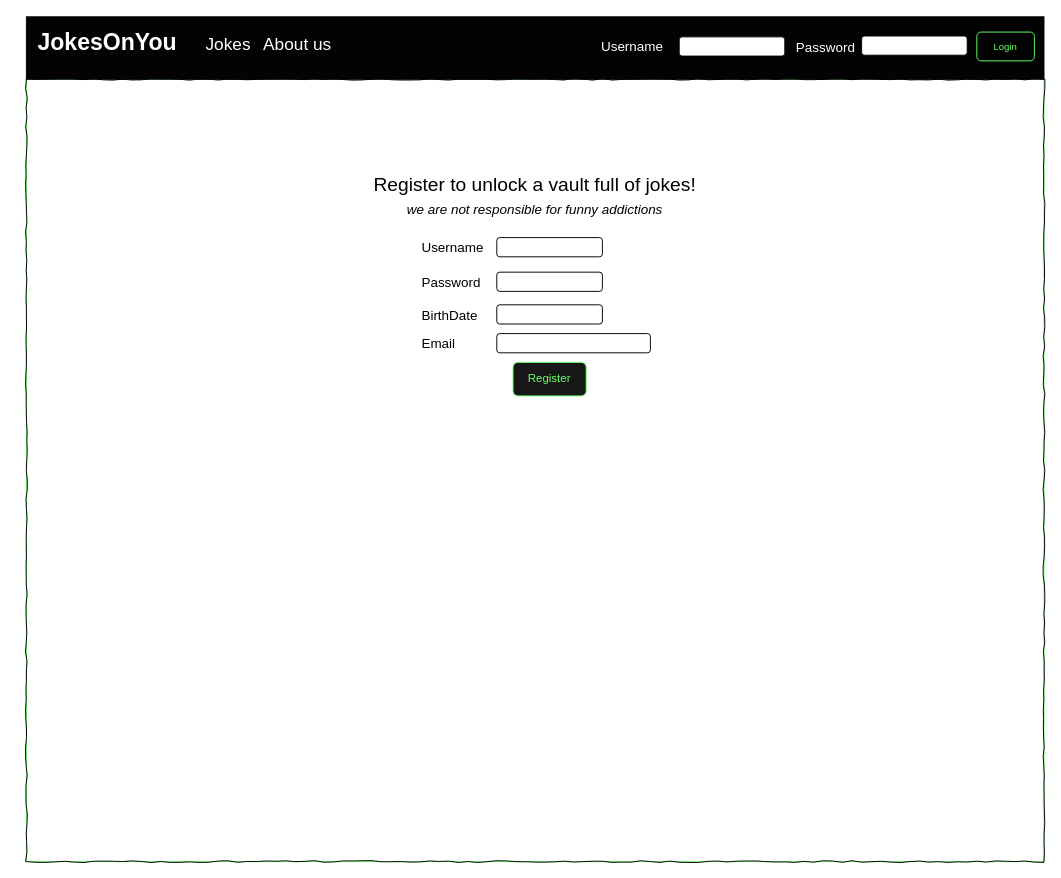
Code2Gether-Discord/JokesOnYou keeps this draw.io diagram as Docs/Wireframes/jokesonyou.drawio. Above is the earlier version. Source tidied: cells renumbered, new cells numbered last; positions are measured from the earlier drawing's top-left corner, leaving out a move shared by most shapes. Both pictures are drawn from the tidied source at 96%, with x=0, y=0 at pixel (26, 16).
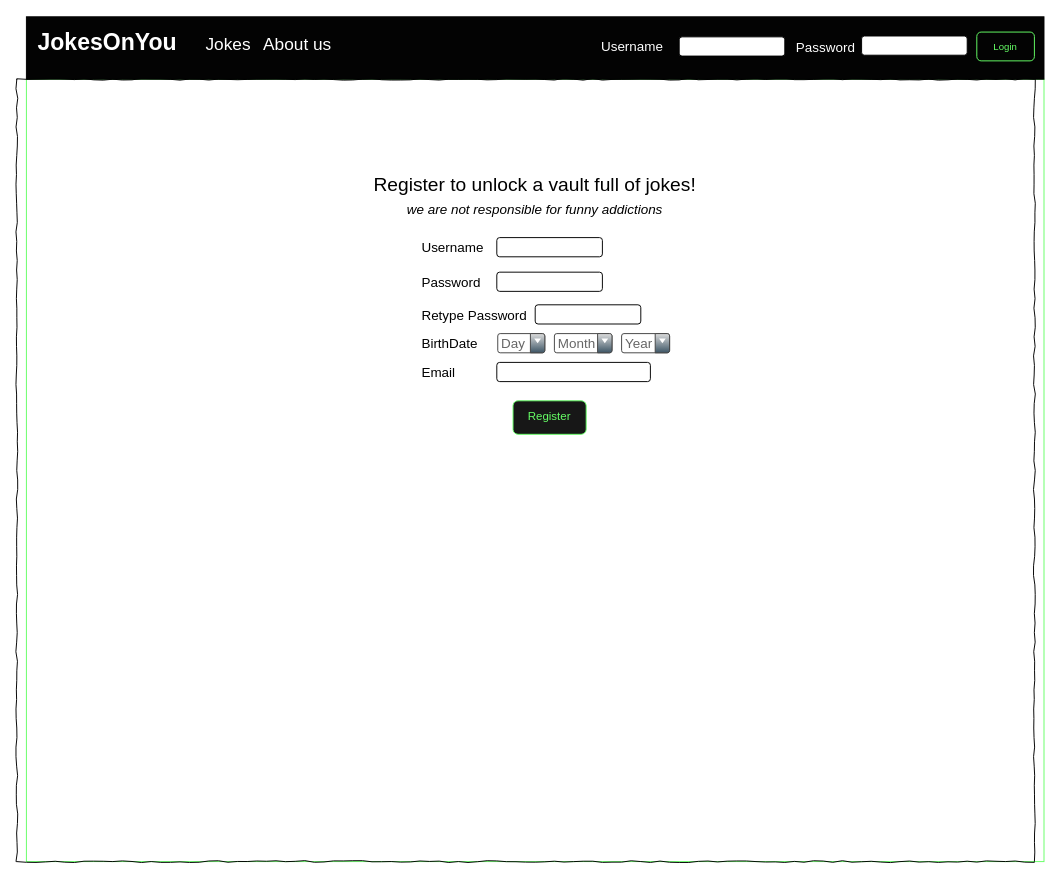
The same page after the edit.

Commit message (it also covers changes not shown here):
updated home page added birthdate combobox and retype password

What changed in the source:
```diff
@@
     <mxCell id="3" style="whiteSpace=wrap;html=1;rounded=0;shadow=0;labelBackgroundColor=none;strokeWidth=1;fontFamily=Verdana;fontSize=12;fontColor=#000000;align=center;comic=1;fillColor=none;" parent="1" vertex="1">
-      <mxGeometry y="65" width="1060" height="815" as="geometry" />
+      <mxGeometry x="-10" y="65" width="1060" height="815" as="geometry" />
     </mxCell>
@@
     <mxCell id="13" value="&lt;font color=&quot;#66ff66&quot; style=&quot;font-size: 12px&quot;&gt;Register&lt;/font&gt;" style="rounded=1;html=1;shadow=0;dashed=0;whiteSpace=wrap;fontSize=10;align=center;strokeColor=#66FF66;fillColor=#171717;" parent="1" vertex="1">
-      <mxGeometry x="506.9" y="360" width="76.2" height="34.9" as="geometry" />
+      <mxGeometry x="506.9" y="400" width="76.2" height="34.9" as="geometry" />
     </mxCell>
@@
     <mxCell id="19" value="&lt;font&gt;Email&lt;/font&gt;" style="text;html=1;align=left;verticalAlign=top;spacingTop=-4;fontSize=14;fontFamily=Helvetica;" parent="1" vertex="1">
-      <mxGeometry x="410" y="330" width="60" height="20" as="geometry" />
+      <mxGeometry x="410" y="360" width="60" height="20" as="geometry" />
     </mxCell>
     <mxCell id="20" style="rounded=1;whiteSpace=wrap;html=1;fontSize=24;" parent="1" vertex="1">
-      <mxGeometry x="490" y="330" width="160" height="20" as="geometry" />
+      <mxGeometry x="490" y="360" width="160" height="20" as="geometry" />
     </mxCell>
-    <mxCell id="21" style="rounded=1;whiteSpace=wrap;html=1;fontSize=24;" parent="1" vertex="1">
-      <mxGeometry x="490" y="300" width="110" height="20" as="geometry" />
-    </mxCell>
     <mxCell id="22" value="&lt;font&gt;BirthDate&lt;/font&gt;" style="text;html=1;align=left;verticalAlign=top;spacingTop=-4;fontSize=14;fontFamily=Helvetica;" parent="1" vertex="1">
-      <mxGeometry x="410" y="300" width="60" height="20" as="geometry" />
+      <mxGeometry x="410" y="330" width="60" height="20" as="geometry" />
     </mxCell>
+    <mxCell id="23" style="rounded=1;whiteSpace=wrap;html=1;fontSize=24;" parent="1" vertex="1">
+      <mxGeometry x="530" y="300" width="110" height="20" as="geometry" />
+    </mxCell>
+    <mxCell id="24" value="&lt;font&gt;Retype Password&lt;/font&gt;" style="text;html=1;align=left;verticalAlign=top;spacingTop=-4;fontSize=14;fontFamily=Helvetica;" parent="1" vertex="1">
+      <mxGeometry x="410" y="300" width="60" height="20" as="geometry" />
+    </mxCell>
+    <mxCell id="25" value="&lt;font style=&quot;font-size: 14px&quot;&gt;Day&lt;/font&gt;" style="strokeWidth=1;html=1;shadow=0;dashed=0;shape=mxgraph.ios.iComboBox;spacingTop=2;spacingLeft=2;align=left;strokeColor=#444444;fontColor=#666666;buttonText=;fontSize=8;fillColor=#dddddd;fillColor2=#3D5565;" parent="1" vertex="1">
+      <mxGeometry x="491" y="330" width="49" height="20" as="geometry" />
+    </mxCell>
+    <mxCell id="26" value="&lt;font style=&quot;font-size: 14px&quot;&gt;Month&lt;/font&gt;" style="strokeWidth=1;html=1;shadow=0;dashed=0;shape=mxgraph.ios.iComboBox;spacingTop=2;spacingLeft=2;align=left;strokeColor=#444444;fontColor=#666666;buttonText=;fontSize=8;fillColor=#dddddd;fillColor2=#3D5565;" parent="1" vertex="1">
+      <mxGeometry x="550" y="330" width="60" height="20" as="geometry" />
+    </mxCell>
+    <mxCell id="27" value="&lt;font style=&quot;font-size: 14px&quot;&gt;Year&lt;/font&gt;" style="strokeWidth=1;html=1;shadow=0;dashed=0;shape=mxgraph.ios.iComboBox;spacingTop=2;spacingLeft=2;align=left;strokeColor=#444444;fontColor=#666666;buttonText=;fontSize=8;fillColor=#dddddd;fillColor2=#3D5565;" parent="1" vertex="1">
+      <mxGeometry x="620" y="330" width="50" height="20" as="geometry" />
+    </mxCell>
```
